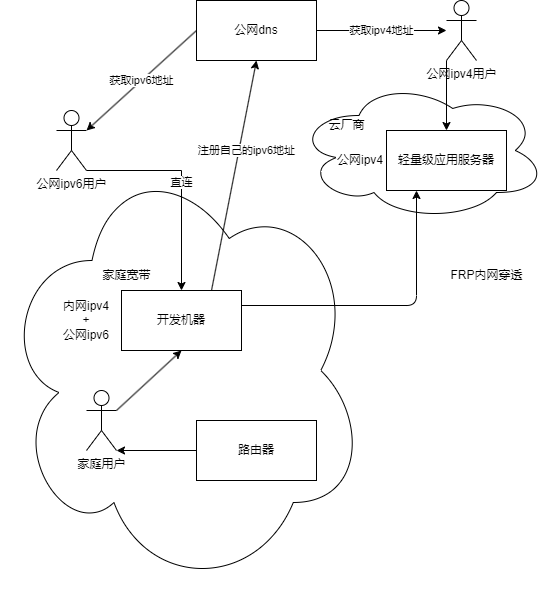
Wh1isper/wh1isper.github.io keeps this draw.io diagram as source/img/2023-10-27-遨游互联网远程开发指北/remote-develop.png. Above is the earlier version. Source tidied: cells renumbered, new cells last; positions are measured from the earlier drawing's top-left corner, leaving out a move shared by most shapes.
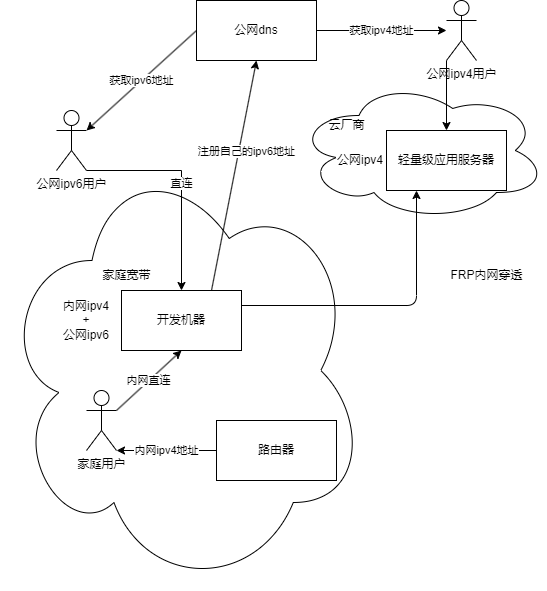
Later version of the same file.

The edit, as a diff of the source:
```diff
@@ -51,14 +51,14 @@
     <mxCell id="14" value="公网ipv6用户" style="shape=umlActor;verticalLabelPosition=bottom;verticalAlign=top;html=1;outlineConnect=0;" parent="1" vertex="1">
       <mxGeometry x="56" y="110" width="30" height="60" as="geometry" />
     </mxCell>
-    <mxCell id="15" style="edgeStyle=none;html=1;entryX=0.5;entryY=1;entryDx=0;entryDy=0;exitX=1;exitY=0.3333333333333333;exitDx=0;exitDy=0;exitPerimeter=0;" parent="1" edge="1" source="21" target="4">
+    <mxCell id="15" value="内网直连" style="edgeStyle=none;html=1;entryX=0.5;entryY=1;entryDx=0;entryDy=0;exitX=1;exitY=0.3333333333333333;exitDx=0;exitDy=0;exitPerimeter=0;" parent="1" edge="1" source="21" target="4">
       <mxGeometry relative="1" as="geometry" />
     </mxCell>
-    <mxCell id="16" style="edgeStyle=none;html=1;exitX=0;exitY=0.5;exitDx=0;exitDy=0;entryX=1;entryY=1;entryDx=0;entryDy=0;entryPerimeter=0;" parent="1" edge="1" source="17" target="21">
+    <mxCell id="16" value="内网ipv4地址" style="edgeStyle=none;html=1;exitX=0;exitY=0.5;exitDx=0;exitDy=0;entryX=1;entryY=1;entryDx=0;entryDy=0;entryPerimeter=0;" parent="1" edge="1" source="17" target="21">
       <mxGeometry relative="1" as="geometry" />
     </mxCell>
     <mxCell id="17" value="路由器" style="rounded=0;whiteSpace=wrap;html=1;" parent="1" vertex="1">
-      <mxGeometry x="196" y="420" width="120" height="60" as="geometry" />
+      <mxGeometry x="216" y="420" width="120" height="60" as="geometry" />
     </mxCell>
     <mxCell id="18" value="获取ipv6地址" style="edgeStyle=none;html=1;exitX=0;exitY=0.5;exitDx=0;exitDy=0;entryX=1;entryY=0.3333333333333333;entryDx=0;entryDy=0;entryPerimeter=0;" parent="1" edge="1" source="20" target="14">
       <mxGeometry relative="1" as="geometry" />
```
